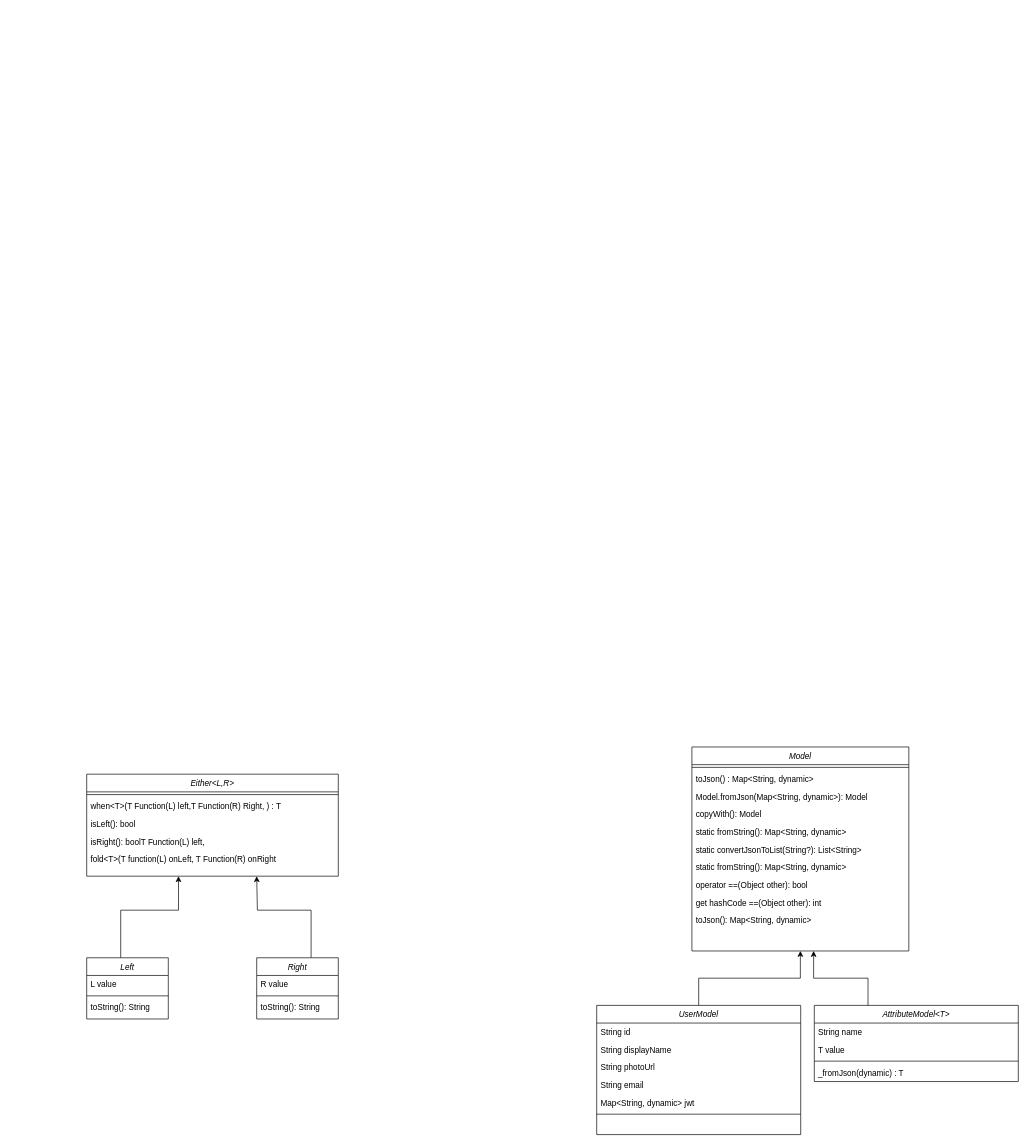
Before: page "BaseModels" (1 of 12) of uml/uml_diagrams.drawio in grupo-jocaagura/jocaagura_domain, a draw.io diagram. Source tidied: cells renumbered, new cells numbered last; positions are measured from the earlier drawing's top-left corner, leaving out a move shared by most shapes. Both pictures are drawn from the tidied source at 68%, with x=0, y=0 at pixel (86, 747).
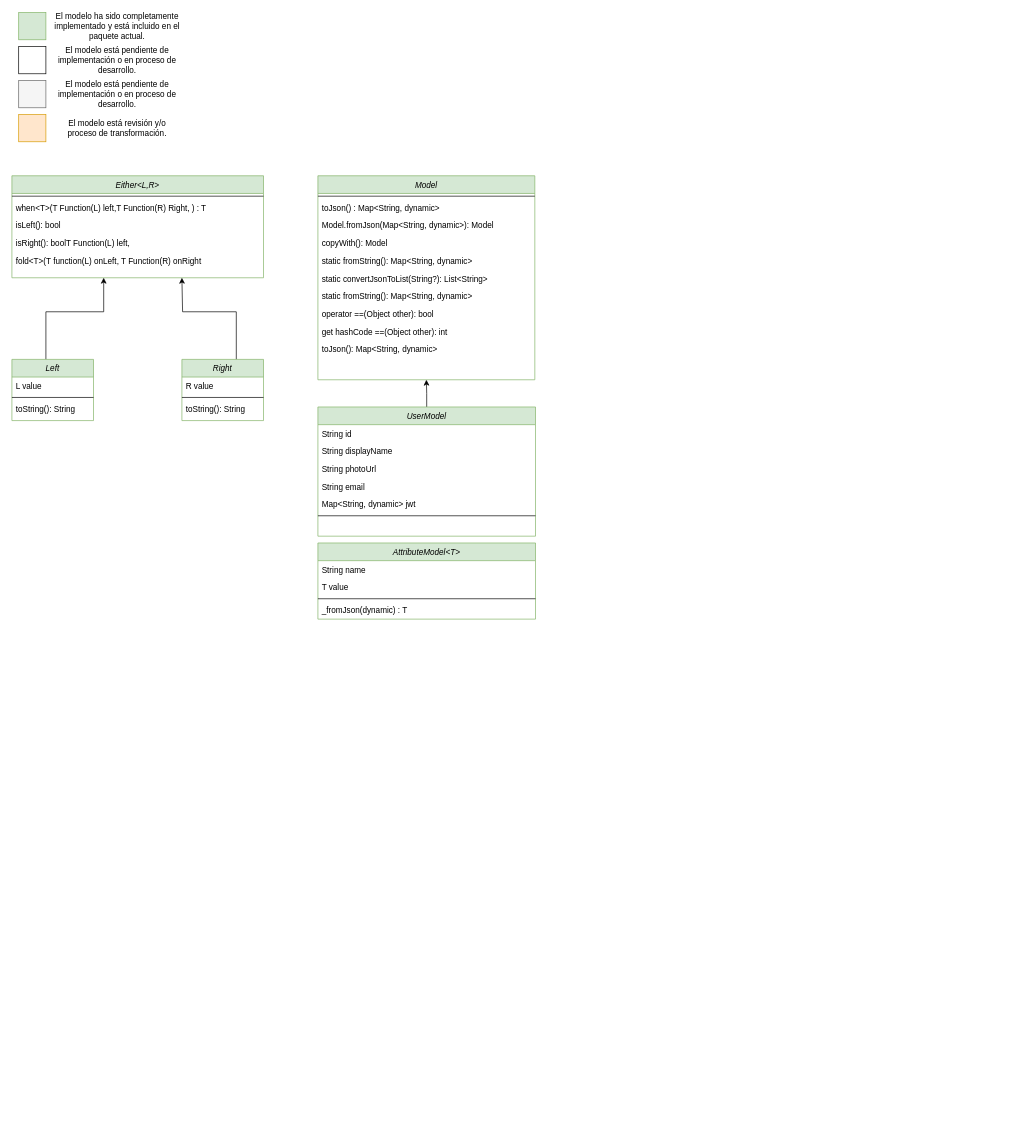
The same page after the edit.

Commit message (it also covers changes not shown here):
fix(@albertjjimenezp): Finaliza la revisión de los diagramas uml

Change to the diagram source:
```diff
@@
-    <mxCell id="2" style="group;" parent="1" vertex="1">
-      <mxGeometry x="910" y="20" width="390" height="740" as="geometry" />
-    </mxCell>
-    <mxCell id="3" style="group;" parent="2" vertex="1">
-      <mxGeometry x="-1" y="-20" width="390" height="740" as="geometry" />
-    </mxCell>
-    <mxCell id="4" style="group;" parent="3" vertex="1">
-      <mxGeometry width="300" height="300" as="geometry" />
-    </mxCell>
+    <mxCell id="51" value="El modelo ha sido completamente implementado y está incluido en el paquete actual." style="text;html=1;align=center;verticalAlign=middle;whiteSpace=wrap;rounded=0;" parent="1" vertex="1">
+      <mxGeometry x="-50" y="-1080" width="190" height="40" as="geometry" />
+    </mxCell>
+    <mxCell id="52" value="El modelo está pendiente de implementación o en proceso de desarrollo." style="text;html=1;align=center;verticalAlign=middle;whiteSpace=wrap;rounded=0;" parent="1" vertex="1">
+      <mxGeometry x="-50" y="-1030" width="190" height="40" as="geometry" />
+    </mxCell>
+    <mxCell id="53" value="El modelo está pendiente de implementación o en proceso de desarrollo." style="text;html=1;align=center;verticalAlign=middle;whiteSpace=wrap;rounded=0;" parent="1" vertex="1">
+      <mxGeometry x="-50" y="-980" width="190" height="40" as="geometry" />
+    </mxCell>
+    <mxCell id="54" value="El modelo está revisión y/o proceso de transformación." style="text;html=1;align=center;verticalAlign=middle;whiteSpace=wrap;rounded=0;" parent="1" vertex="1">
+      <mxGeometry x="-50" y="-930" width="190" height="40" as="geometry" />
+    </mxCell>
-    <mxCell id="5" value="Model" style="swimlane;fontStyle=2;align=center;verticalAlign=top;horizontal=1;startSize=26;rounded=0;shadow=0;strokeWidth=1;" parent="4" vertex="1">
-      <mxGeometry x="-19" width="319" height="300" as="geometry" />
+    <mxCell id="5" value="Model" style="swimlane;fontStyle=2;align=center;verticalAlign=top;horizontal=1;startSize=26;rounded=0;shadow=0;strokeWidth=1;fillColor=#d5e8d4;strokeColor=#82b366;" parent="1" vertex="1">
+      <mxGeometry x="340" y="-840" width="319" height="300" as="geometry" />
     </mxCell>
@@
-    <mxCell id="16" value="AttributeModel&lt;T&gt;" style="swimlane;fontStyle=2;align=center;verticalAlign=top;horizontal=1;startSize=26;rounded=0;shadow=0;strokeWidth=1;" parent="3" vertex="1">
-      <mxGeometry x="161" y="380" width="300" height="112" as="geometry" />
-    </mxCell>
-    <mxCell id="17" value="String name" style="text;align=left;verticalAlign=top;spacingLeft=4;spacingRight=4;overflow=hidden;" parent="16" vertex="1">
-      <mxGeometry y="26" width="300" height="26" as="geometry" />
-    </mxCell>
-    <mxCell id="18" value="T value" style="text;align=left;verticalAlign=top;spacingLeft=4;spacingRight=4;overflow=hidden;" parent="16" vertex="1">
-      <mxGeometry y="52" width="300" height="26" as="geometry" />
-    </mxCell>
-    <mxCell id="19" style="line;html=1;strokeWidth=1;align=left;verticalAlign=middle;spacingTop=-1;spacingLeft=3;spacingRight=3;labelPosition=right;" parent="16" vertex="1">
-      <mxGeometry y="78" width="300" height="8" as="geometry" />
-    </mxCell>
-    <mxCell id="20" value="_fromJson(dynamic) : T" style="text;align=left;verticalAlign=top;spacingLeft=4;spacingRight=4;overflow=hidden;" parent="16" vertex="1">
-      <mxGeometry y="86" width="300" height="26" as="geometry" />
-    </mxCell>
-    <mxCell id="21" style="edgeStyle=orthogonalEdgeStyle;rounded=0;jettySize=auto;html=1;" parent="3" edge="1" source="16">
-      <mxGeometry relative="1" as="geometry">
-        <mxPoint x="160" y="300" as="targetPoint" />
-        <Array as="points">
-          <mxPoint x="240" y="340" />
-          <mxPoint x="160" y="340" />
-        </Array>
-      </mxGeometry>
-    </mxCell>
+    <mxCell id="55" style="rounded=0;whiteSpace=wrap;html=1;fillColor=#d5e8d4;strokeColor=#82b366;" parent="1" vertex="1">
+      <mxGeometry x="-100" y="-1080" width="40" height="40" as="geometry" />
+    </mxCell>
+    <mxCell id="56" style="rounded=0;whiteSpace=wrap;html=1;" parent="1" vertex="1">
+      <mxGeometry x="-100" y="-1030" width="40" height="40" as="geometry" />
+    </mxCell>
+    <mxCell id="57" style="rounded=0;whiteSpace=wrap;html=1;fillColor=#f5f5f5;fontColor=#333333;strokeColor=#666666;" parent="1" vertex="1">
+      <mxGeometry x="-100" y="-980" width="40" height="40" as="geometry" />
+    </mxCell>
+    <mxCell id="58" style="rounded=0;whiteSpace=wrap;html=1;fillColor=#ffe6cc;strokeColor=#d79b00;" parent="1" vertex="1">
+      <mxGeometry x="-100" y="-930" width="40" height="40" as="geometry" />
+    </mxCell>
+    <mxCell id="59" style="edgeStyle=orthogonalEdgeStyle;rounded=0;jettySize=auto;html=1;entryX=0.5;entryY=1;entryDx=0;entryDy=0;" parent="1" edge="1" source="22" target="5">
+      <mxGeometry relative="1" as="geometry" />
+    </mxCell>
-    <mxCell id="22" value="UserModel" style="swimlane;fontStyle=2;align=center;verticalAlign=top;horizontal=1;startSize=26;rounded=0;shadow=0;strokeWidth=1;" parent="3" vertex="1">
-      <mxGeometry x="-159" y="380" width="300" height="190" as="geometry" />
+    <mxCell id="22" value="UserModel" style="swimlane;fontStyle=2;align=center;verticalAlign=top;horizontal=1;startSize=26;rounded=0;shadow=0;strokeWidth=1;fillColor=#d5e8d4;strokeColor=#82b366;" parent="1" vertex="1">
+      <mxGeometry x="340" y="-500" width="320" height="190" as="geometry" />
     </mxCell>
     <mxCell id="23" value="String id" style="text;align=left;verticalAlign=top;spacingLeft=4;spacingRight=4;overflow=hidden;" parent="22" vertex="1">
-      <mxGeometry y="26" width="300" height="26" as="geometry" />
+      <mxGeometry y="26" width="320" height="26" as="geometry" />
     </mxCell>
     <mxCell id="24" value="String displayName" style="text;align=left;verticalAlign=top;spacingLeft=4;spacingRight=4;overflow=hidden;" parent="22" vertex="1">
-      <mxGeometry y="52" width="300" height="26" as="geometry" />
+      <mxGeometry y="52" width="320" height="26" as="geometry" />
     </mxCell>
     <mxCell id="25" value="String photoUrl" style="text;align=left;verticalAlign=top;spacingLeft=4;spacingRight=4;overflow=hidden;" parent="22" vertex="1">
-      <mxGeometry y="78" width="300" height="26" as="geometry" />
+      <mxGeometry y="78" width="320" height="26" as="geometry" />
     </mxCell>
     <mxCell id="26" value="String email" style="text;align=left;verticalAlign=top;spacingLeft=4;spacingRight=4;overflow=hidden;" parent="22" vertex="1">
-      <mxGeometry y="104" width="300" height="26" as="geometry" />
+      <mxGeometry y="104" width="320" height="26" as="geometry" />
     </mxCell>
     <mxCell id="27" value="Map&lt;String, dynamic&gt; jwt" style="text;align=left;verticalAlign=top;spacingLeft=4;spacingRight=4;overflow=hidden;" parent="22" vertex="1">
-      <mxGeometry y="130" width="300" height="26" as="geometry" />
+      <mxGeometry y="130" width="320" height="26" as="geometry" />
     </mxCell>
-    <mxCell id="28" style="line;html=1;strokeWidth=1;align=left;verticalAlign=middle;spacingTop=-1;spacingLeft=3;spacingRight=3;labelPosition=right;" parent="22" vertex="1">
-      <mxGeometry y="156" width="300" height="8" as="geometry" />
-    </mxCell>
-    <mxCell id="29" style="edgeStyle=orthogonalEdgeStyle;rounded=0;jettySize=auto;html=1;startArrow=classic;startFill=1;strokeColor=default;endArrow=none;endFill=0;" parent="3" edge="1" source="5" target="22">
-      <mxGeometry relative="1" as="geometry" />
-    </mxCell>
-    <mxCell id="30" style="group;" parent="1" vertex="1">
-      <mxGeometry y="40" width="370" height="740" as="geometry" />
-    </mxCell>
-    <mxCell id="31" style="group;" parent="30" vertex="1">
-      <mxGeometry width="370" height="740" as="geometry" />
-    </mxCell>
-    <mxCell id="32" style="edgeStyle=orthogonalEdgeStyle;rounded=0;orthogonalLoop=1;jettySize=auto;html=1;exitX=0.25;exitY=0;exitDx=0;exitDy=0;" parent="31" edge="1">
-      <mxGeometry relative="1" as="geometry">
-        <mxPoint x="222" y="300" as="targetPoint" />
-        <Array as="points">
-          <mxPoint x="222" y="740" />
-        </Array>
-      </mxGeometry>
-    </mxCell>
-    <mxCell id="33" style="group;" parent="31" vertex="1">
-      <mxGeometry width="370" height="360" as="geometry" />
-    </mxCell>
+    <mxCell id="60" style="line;html=1;strokeWidth=1;align=left;verticalAlign=middle;spacingTop=-1;spacingLeft=3;spacingRight=3;labelPosition=right;" parent="22" vertex="1">
+      <mxGeometry y="156" width="320" height="8" as="geometry" />
+    </mxCell>
+    <mxCell id="16" value="AttributeModel&lt;T&gt;" style="swimlane;fontStyle=2;align=center;verticalAlign=top;horizontal=1;startSize=26;rounded=0;shadow=0;strokeWidth=1;fillColor=#d5e8d4;strokeColor=#82b366;" parent="1" vertex="1">
+      <mxGeometry x="340" y="-300" width="320" height="112" as="geometry" />
+    </mxCell>
+    <mxCell id="17" value="String name" style="text;align=left;verticalAlign=top;spacingLeft=4;spacingRight=4;overflow=hidden;" parent="16" vertex="1">
+      <mxGeometry y="26" width="320" height="26" as="geometry" />
+    </mxCell>
+    <mxCell id="18" value="T value" style="text;align=left;verticalAlign=top;spacingLeft=4;spacingRight=4;overflow=hidden;" parent="16" vertex="1">
+      <mxGeometry y="52" width="320" height="26" as="geometry" />
+    </mxCell>
+    <mxCell id="61" style="line;html=1;strokeWidth=1;align=left;verticalAlign=middle;spacingTop=-1;spacingLeft=3;spacingRight=3;labelPosition=right;" parent="16" vertex="1">
+      <mxGeometry y="78" width="320" height="8" as="geometry" />
+    </mxCell>
+    <mxCell id="20" value="_fromJson(dynamic) : T" style="text;align=left;verticalAlign=top;spacingLeft=4;spacingRight=4;overflow=hidden;" parent="16" vertex="1">
+      <mxGeometry y="86" width="320" height="26" as="geometry" />
+    </mxCell>
+    <mxCell id="62" style="group;" parent="1" vertex="1">
+      <mxGeometry x="-110" y="-840" width="370" height="360" as="geometry" />
+    </mxCell>
-    <mxCell id="34" value="Either&lt;L,R&gt;" style="swimlane;fontStyle=2;align=center;verticalAlign=top;horizontal=1;startSize=26;rounded=0;shadow=0;strokeWidth=1;" parent="33" vertex="1">
+    <mxCell id="34" value="Either&lt;L,R&gt;" style="swimlane;fontStyle=2;align=center;verticalAlign=top;horizontal=1;startSize=26;rounded=0;shadow=0;strokeWidth=1;fillColor=#d5e8d4;strokeColor=#82b366;" parent="62" vertex="1">
       <mxGeometry width="370" height="150" as="geometry" />
     </mxCell>
@@
-    <mxCell id="40" style="edgeStyle=orthogonalEdgeStyle;rounded=0;orthogonalLoop=1;jettySize=auto;html=1;" parent="33" edge="1">
-      <mxGeometry relative="1" as="geometry">
-        <mxPoint x="197.3" y="300" as="targetPoint" />
-      </mxGeometry>
-    </mxCell>
-    <mxCell id="41" style="edgeStyle=orthogonalEdgeStyle;rounded=0;jettySize=auto;html=1;" parent="33" edge="1" source="42">
-      <mxGeometry relative="1" as="geometry">
-        <mxPoint x="135" y="150" as="targetPoint" />
-        <Array as="points">
-          <mxPoint x="50" y="200" />
-          <mxPoint x="135" y="200" />
-        </Array>
-      </mxGeometry>
-    </mxCell>
+    <mxCell id="63" style="edgeStyle=orthogonalEdgeStyle;rounded=0;orthogonalLoop=1;jettySize=auto;html=1;" parent="62" edge="1">
+      <mxGeometry relative="1" as="geometry">
+        <mxPoint x="197.3" y="300" as="targetPoint" />
+      </mxGeometry>
+    </mxCell>
+    <mxCell id="64" style="edgeStyle=orthogonalEdgeStyle;rounded=0;jettySize=auto;html=1;" parent="62" edge="1" source="42">
+      <mxGeometry relative="1" as="geometry">
+        <mxPoint x="135" y="150" as="targetPoint" />
+        <Array as="points">
+          <mxPoint x="50" y="200" />
+          <mxPoint x="135" y="200" />
+        </Array>
+      </mxGeometry>
+    </mxCell>
-    <mxCell id="42" value="Left" style="swimlane;fontStyle=2;align=center;verticalAlign=top;horizontal=1;startSize=26;rounded=0;shadow=0;strokeWidth=1;" parent="33" vertex="1">
+    <mxCell id="42" value="Left" style="swimlane;fontStyle=2;align=center;verticalAlign=top;horizontal=1;startSize=26;rounded=0;shadow=0;strokeWidth=1;fillColor=#d5e8d4;strokeColor=#82b366;" parent="62" vertex="1">
       <mxGeometry y="270" width="120" height="90" as="geometry" />
     </mxCell>
@@
-    <mxCell id="44" style="line;html=1;strokeWidth=1;align=left;verticalAlign=middle;spacingTop=-1;spacingLeft=3;spacingRight=3;labelPosition=right;" parent="42" vertex="1">
-      <mxGeometry y="52" width="120" height="8" as="geometry" />
-    </mxCell>
-    <mxCell id="45" value="toString(): String" style="text;align=left;verticalAlign=top;spacingLeft=4;spacingRight=4;overflow=hidden;" parent="42" vertex="1">
-      <mxGeometry y="60" width="120" height="26" as="geometry" />
-    </mxCell>
-    <mxCell id="46" style="edgeStyle=orthogonalEdgeStyle;rounded=0;jettySize=auto;html=1;" parent="33" edge="1" source="47">
-      <mxGeometry relative="1" as="geometry">
-        <mxPoint x="250" y="150" as="targetPoint" />
-        <Array as="points">
-          <mxPoint x="330" y="200" />
-          <mxPoint x="251" y="200" />
-          <mxPoint x="251" y="150" />
-        </Array>
-      </mxGeometry>
-    </mxCell>
+    <mxCell id="65" style="line;html=1;strokeWidth=1;align=left;verticalAlign=middle;spacingTop=-1;spacingLeft=3;spacingRight=3;labelPosition=right;" parent="42" vertex="1">
+      <mxGeometry y="52" width="120" height="8" as="geometry" />
+    </mxCell>
+    <mxCell id="66" value="toString(): String" style="text;align=left;verticalAlign=top;spacingLeft=4;spacingRight=4;overflow=hidden;" parent="42" vertex="1">
+      <mxGeometry y="60" width="120" height="26" as="geometry" />
+    </mxCell>
+    <mxCell id="67" style="edgeStyle=orthogonalEdgeStyle;rounded=0;jettySize=auto;html=1;" parent="62" edge="1" source="47">
+      <mxGeometry relative="1" as="geometry">
+        <mxPoint x="250" y="150" as="targetPoint" />
+        <Array as="points">
+          <mxPoint x="330" y="200" />
+          <mxPoint x="251" y="200" />
+          <mxPoint x="251" y="150" />
+        </Array>
+      </mxGeometry>
+    </mxCell>
-    <mxCell id="47" value="Right" style="swimlane;fontStyle=2;align=center;verticalAlign=top;horizontal=1;startSize=26;rounded=0;shadow=0;strokeWidth=1;" parent="33" vertex="1">
+    <mxCell id="47" value="Right" style="swimlane;fontStyle=2;align=center;verticalAlign=top;horizontal=1;startSize=26;rounded=0;shadow=0;strokeWidth=1;fillColor=#d5e8d4;strokeColor=#82b366;" parent="62" vertex="1">
       <mxGeometry x="250" y="270" width="120" height="90" as="geometry" />
     </mxCell>
@@
-    <mxCell id="49" style="line;html=1;strokeWidth=1;align=left;verticalAlign=middle;spacingTop=-1;spacingLeft=3;spacingRight=3;labelPosition=right;" parent="47" vertex="1">
-      <mxGeometry y="52" width="120" height="8" as="geometry" />
-    </mxCell>
-    <mxCell id="50" value="toString(): String" style="text;align=left;verticalAlign=top;spacingLeft=4;spacingRight=4;overflow=hidden;" parent="47" vertex="1">
-      <mxGeometry y="60" width="120" height="26" as="geometry" />
-    </mxCell>
+    <mxCell id="68" style="line;html=1;strokeWidth=1;align=left;verticalAlign=middle;spacingTop=-1;spacingLeft=3;spacingRight=3;labelPosition=right;" parent="47" vertex="1">
+      <mxGeometry y="52" width="120" height="8" as="geometry" />
+    </mxCell>
+    <mxCell id="69" value="toString(): String" style="text;align=left;verticalAlign=top;spacingLeft=4;spacingRight=4;overflow=hidden;" parent="47" vertex="1">
+      <mxGeometry y="60" width="120" height="26" as="geometry" />
+    </mxCell>
```
